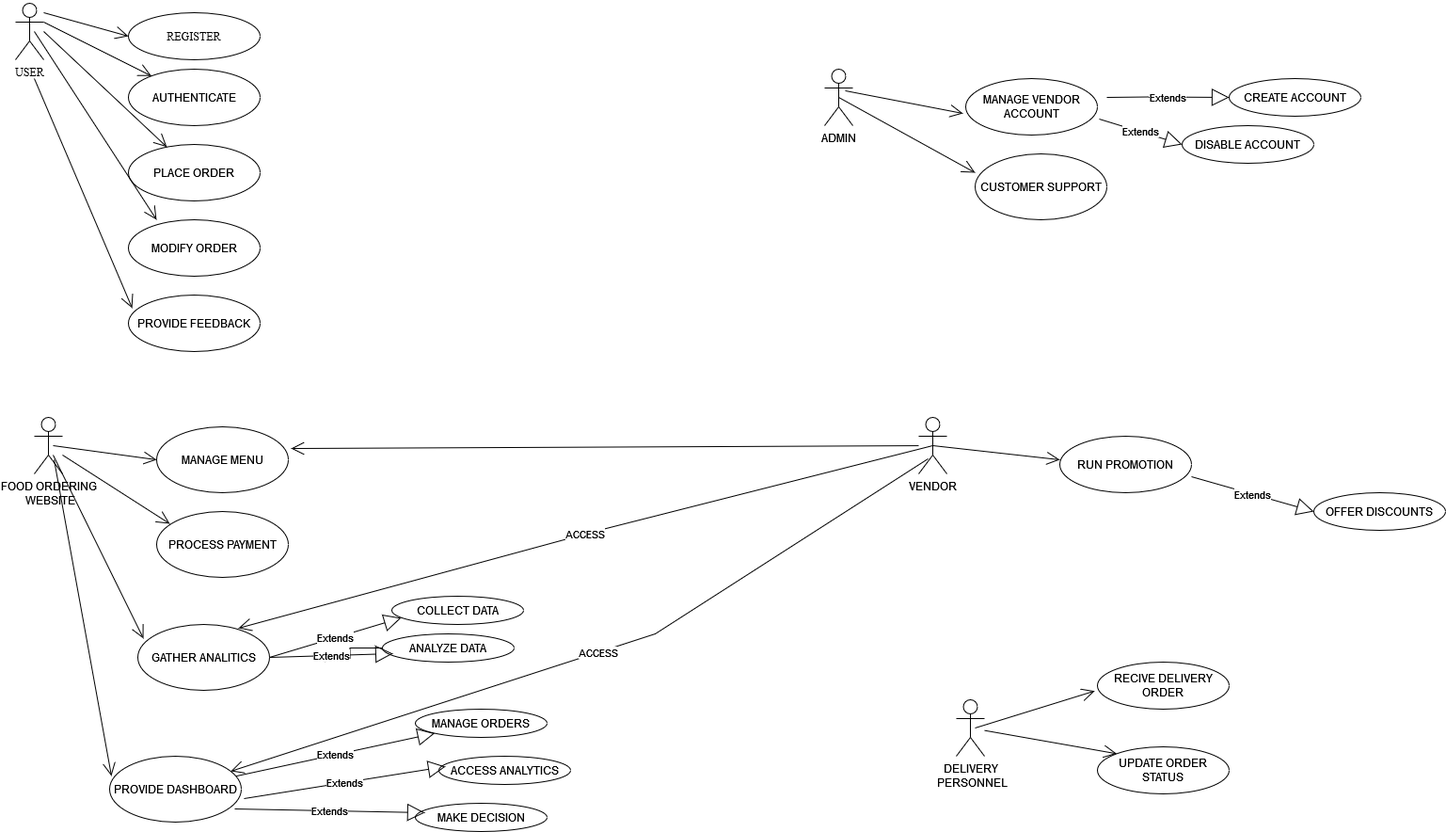
Above: Untitled Diagram.drawio.png in Eden344/project-work (draw.io), before the change. Source tidied: cells renumbered, new cells last; positions are measured from the earlier drawing's top-left corner, leaving out a move shared by most shapes.
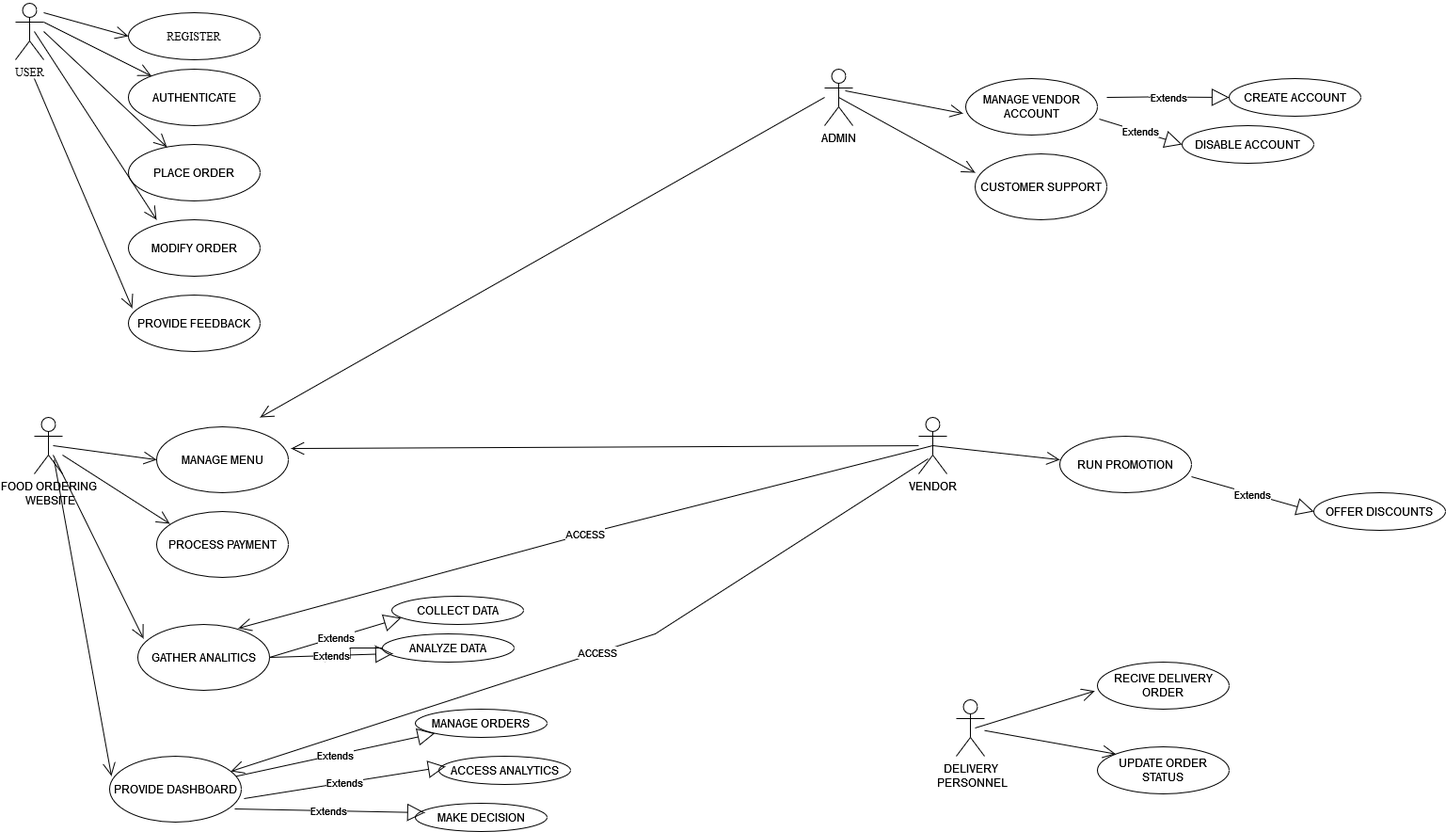
The same file after the commit.

The edit, as a diff of the source:
```diff
@@ -195,5 +195,11 @@
     <mxCell id="54" style="endArrow=open;endFill=1;endSize=12;html=1;rounded=0;entryX=0;entryY=0;entryDx=0;entryDy=0;" parent="1" edge="1" source="50" target="51">
       <mxGeometry relative="1" as="geometry" />
     </mxCell>
+    <mxCell id="55" style="endArrow=open;endFill=1;endSize=12;html=1;rounded=0;" parent="1" edge="1">
+      <mxGeometry relative="1" as="geometry">
+        <mxPoint x="860" y="100" as="sourcePoint" />
+        <mxPoint x="260" y="440" as="targetPoint" />
+      </mxGeometry>
+    </mxCell>
   </root>
 </mxGraphModel>
```
